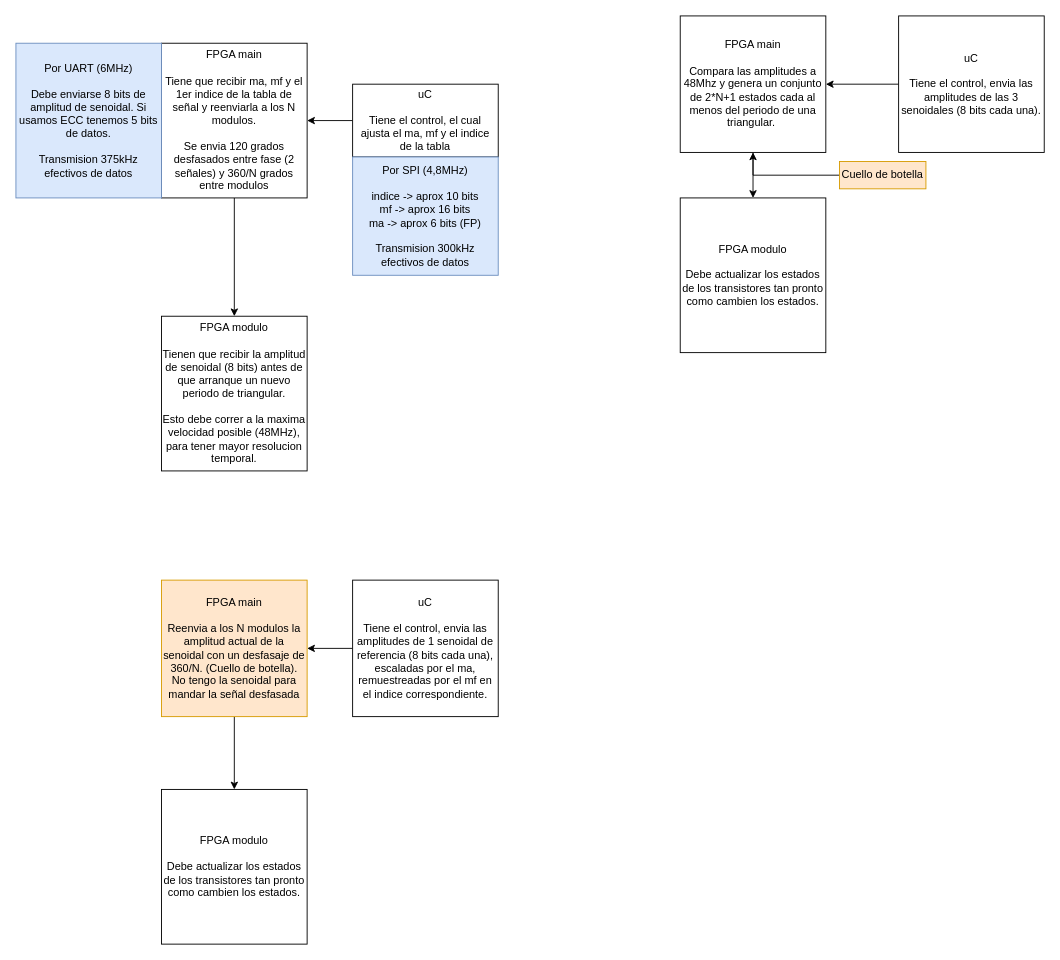
This is Documentación/Diagramas/Modulacion.drawio from NicoBWin/Tesis-LGBS, a draw.io file, before an edit. Source tidied: cells renumbered, new cells numbered last; positions are measured from the earlier drawing's top-left corner, leaving out a move shared by most shapes. Both pictures are drawn from the tidied source at 91%, with x=0, y=0 at pixel (15, 15).
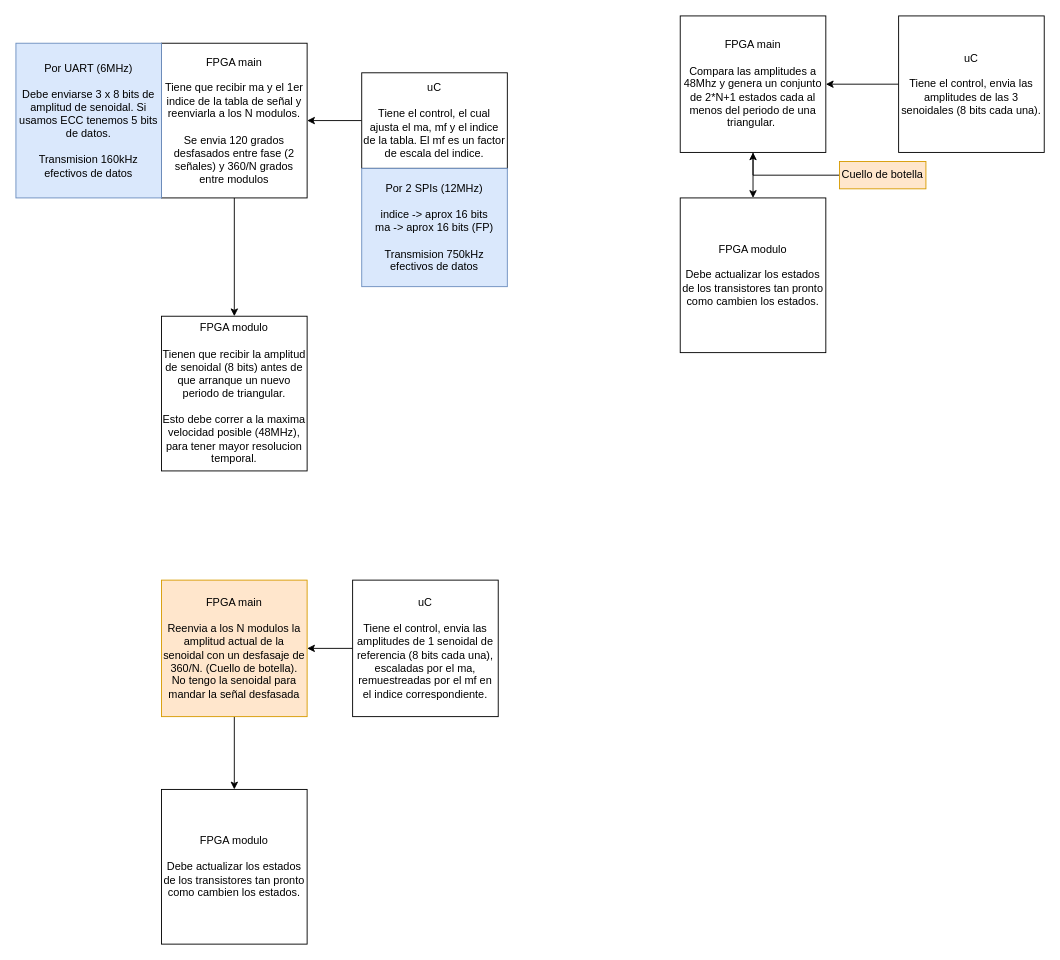
After the change.

Change to the diagram source:
```diff
@@
-    <mxCell id="4" value="FPGA main&lt;div&gt;&lt;br&gt;&lt;/div&gt;&lt;div&gt;Tiene que recibir ma, mf y el 1er indice de la tabla de señal y reenviarla a los N modulos.&lt;/div&gt;&lt;div&gt;&lt;br&gt;&lt;/div&gt;&lt;div&gt;Se envia 120 grados desfasados entre fase (2 señales) y 360/N grados entre modulos&lt;/div&gt;" style="rounded=0;whiteSpace=wrap;html=1;" parent="1" vertex="1">
+    <mxCell id="4" value="FPGA main&lt;div&gt;&lt;br&gt;&lt;/div&gt;&lt;div&gt;Tiene que recibir ma y el 1er indice de la tabla de señal y reenviarla a los N modulos.&lt;/div&gt;&lt;div&gt;&lt;br&gt;&lt;/div&gt;&lt;div&gt;Se envia 120 grados desfasados entre fase (2 señales) y 360/N grados entre modulos&lt;/div&gt;" style="rounded=0;whiteSpace=wrap;html=1;" parent="1" vertex="1">
       <mxGeometry x="160" y="30" width="160" height="170" as="geometry" />
     </mxCell>
@@
-    <mxCell id="6" value="uC&lt;div&gt;&lt;br&gt;&lt;/div&gt;&lt;div&gt;Tiene el control, el cual ajusta el ma, mf y el indice de la tabla&lt;/div&gt;" style="rounded=0;whiteSpace=wrap;html=1;" parent="1" vertex="1">
-      <mxGeometry x="370" y="75" width="160" height="80" as="geometry" />
+    <mxCell id="6" value="uC&lt;div&gt;&lt;br&gt;&lt;/div&gt;&lt;div&gt;Tiene el control, el cual ajusta el ma, mf y el indice de la tabla. El mf es un factor de escala del indice.&lt;/div&gt;" style="rounded=0;whiteSpace=wrap;html=1;" parent="1" vertex="1">
+      <mxGeometry x="380" y="62.5" width="160" height="105" as="geometry" />
     </mxCell>
@@
-    <mxCell id="19" value="Por SPI (4,8MHz)&lt;div&gt;&lt;br&gt;&lt;div&gt;indice -&amp;gt; aprox 10 bits&lt;/div&gt;&lt;div&gt;mf -&amp;gt; aprox 16 bits&lt;/div&gt;&lt;div&gt;ma -&amp;gt; aprox 6 bits (FP)&lt;/div&gt;&lt;div&gt;&lt;br&gt;&lt;/div&gt;&lt;/div&gt;&lt;div&gt;Transmision 300kHz efectivos de datos&lt;/div&gt;" style="text;html=1;align=center;verticalAlign=middle;whiteSpace=wrap;rounded=0;fillColor=#dae8fc;strokeColor=#6c8ebf;" parent="1" vertex="1">
-      <mxGeometry x="370" y="155" width="160" height="130" as="geometry" />
+    <mxCell id="19" value="Por 2 SPIs (12MHz)&lt;div&gt;&lt;br&gt;&lt;div&gt;indice -&amp;gt; aprox 16 bits&lt;/div&gt;&lt;div&gt;ma -&amp;gt; aprox 16 bits (FP)&lt;/div&gt;&lt;div&gt;&lt;br&gt;&lt;/div&gt;&lt;/div&gt;&lt;div&gt;Transmision 750kHz efectivos de datos&lt;/div&gt;" style="text;html=1;align=center;verticalAlign=middle;whiteSpace=wrap;rounded=0;fillColor=#dae8fc;strokeColor=#6c8ebf;" parent="1" vertex="1">
+      <mxGeometry x="380" y="167.5" width="160" height="130" as="geometry" />
     </mxCell>
-    <mxCell id="20" value="Por UART (6MHz)&lt;div&gt;&lt;br&gt;&lt;div&gt;Debe enviarse 8 bits de amplitud de senoidal. Si usamos ECC tenemos 5 bits de datos.&lt;/div&gt;&lt;div&gt;&lt;br&gt;&lt;/div&gt;&lt;/div&gt;&lt;div&gt;Transmision 375kHz efectivos de datos&lt;/div&gt;" style="text;html=1;align=center;verticalAlign=middle;whiteSpace=wrap;rounded=0;fillColor=#dae8fc;strokeColor=#6c8ebf;" parent="1" vertex="1">
+    <mxCell id="20" value="Por UART (6MHz)&lt;div&gt;&lt;br&gt;&lt;div&gt;Debe enviarse 3 x 8 bits de amplitud de senoidal. Si usamos ECC tenemos 5 bits de datos.&lt;/div&gt;&lt;div&gt;&lt;br&gt;&lt;/div&gt;&lt;/div&gt;&lt;div&gt;Transmision 160kHz efectivos de datos&lt;/div&gt;" style="text;html=1;align=center;verticalAlign=middle;whiteSpace=wrap;rounded=0;fillColor=#dae8fc;strokeColor=#6c8ebf;" parent="1" vertex="1">
       <mxGeometry y="30" width="160" height="170" as="geometry" />
     </mxCell>
```
